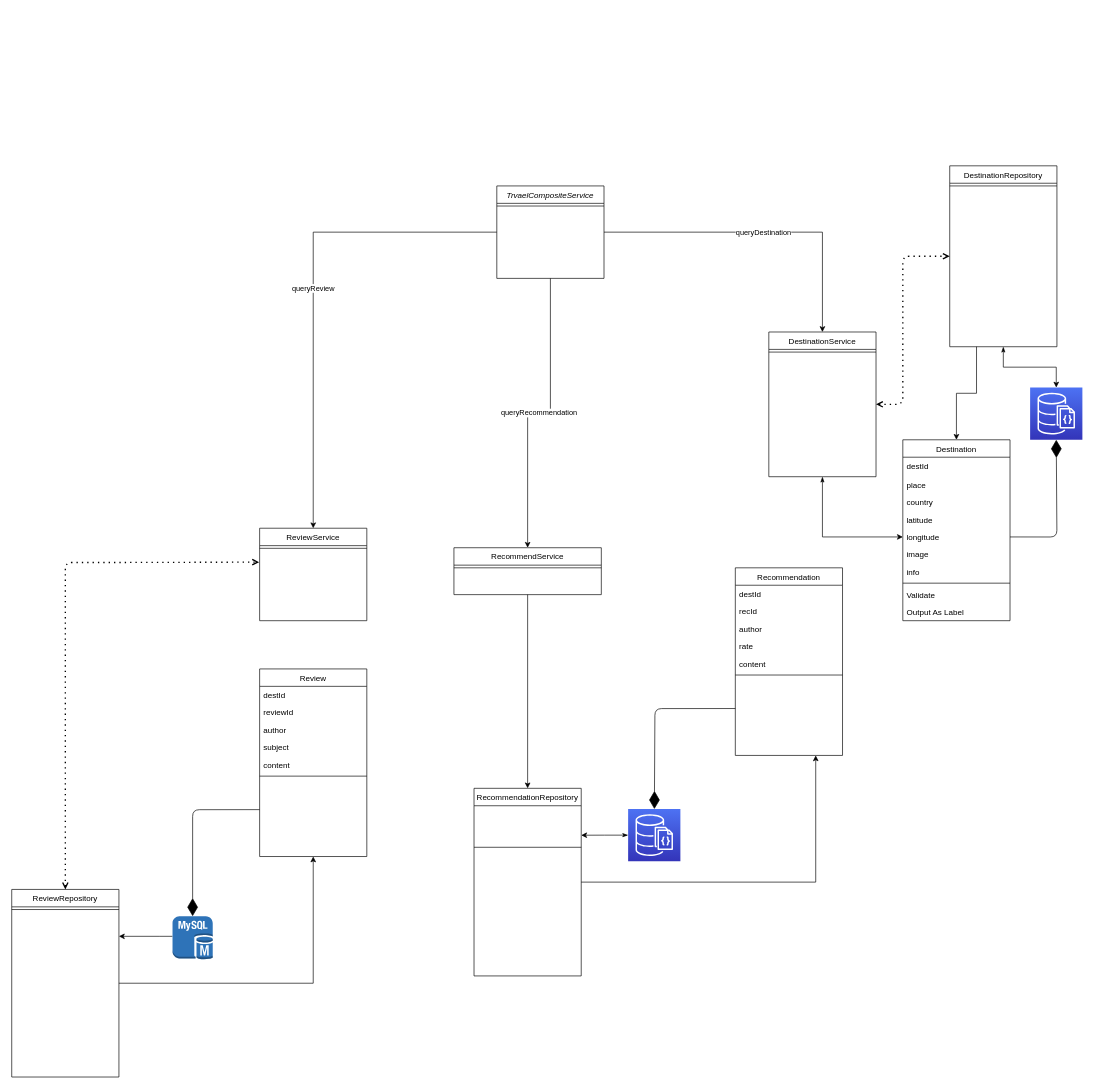
Before: docs/diagram.drawio in henrylao/user-api-service, a draw.io diagram. Source tidied: cells renumbered, new cells numbered last; positions are measured from the earlier drawing's top-left corner, leaving out a move shared by most shapes. Both pictures are drawn from the tidied source at 67%, with x=0, y=0 at pixel (11, 165).
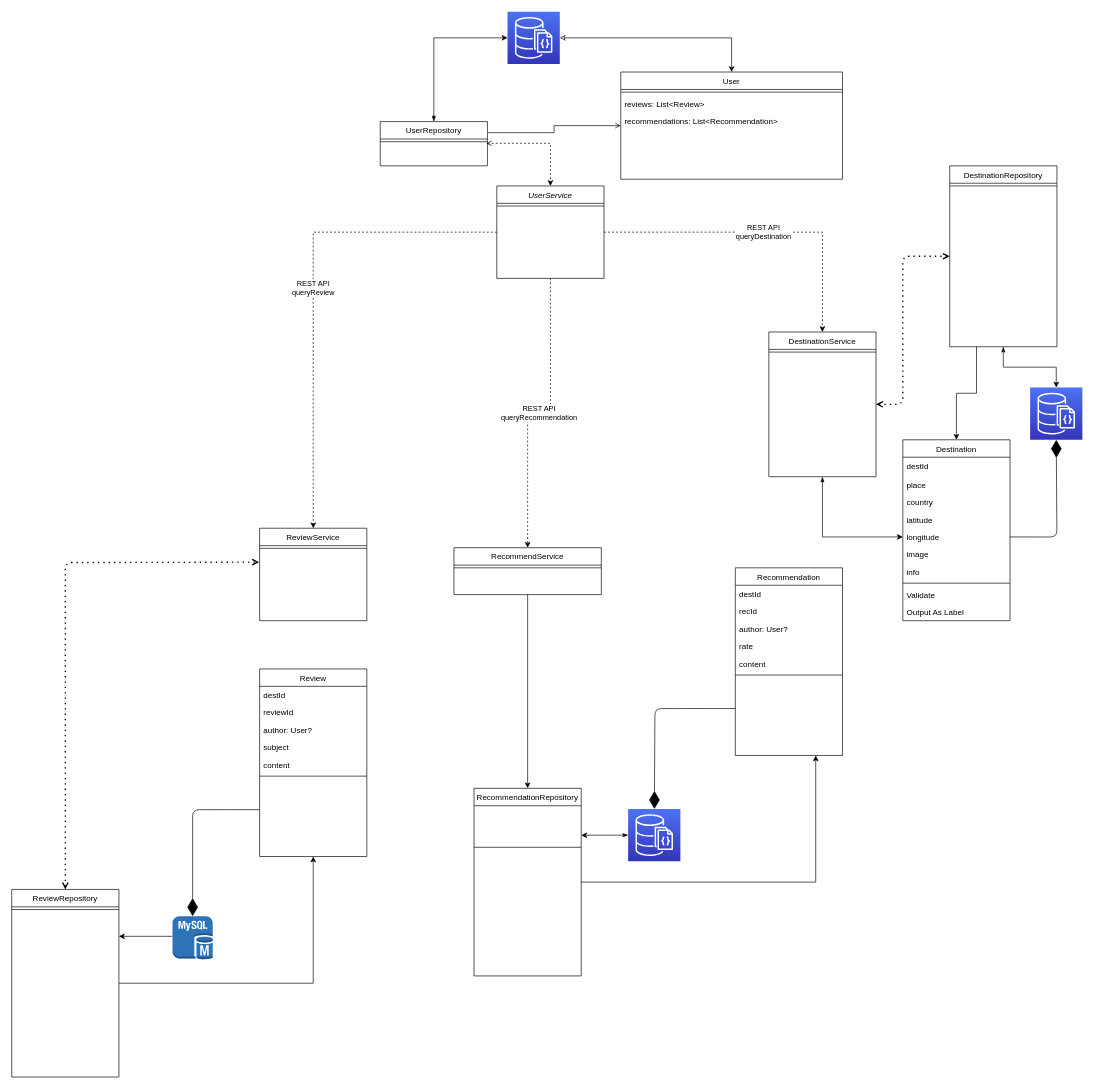
Above is the later version.

Unchanged cells that the change refers to:
```xml
<mxCell id="7" value="ReviewService" style="swimlane;fontStyle=0;align=center;verticalAlign=top;horizontal=1;startSize=26;rounded=0;shadow=0;strokeWidth=1;" parent="1" vertex="1">
  <mxGeometry x="370" y="540.9" width="160" height="138" as="geometry" />
</mxCell>
<mxCell id="10" value="RecommendService" style="swimlane;fontStyle=0;align=center;verticalAlign=top;horizontal=1;startSize=26;rounded=0;shadow=0;strokeWidth=1;" parent="1" vertex="1">
  <mxGeometry x="660" y="570" width="220" height="70" as="geometry" />
</mxCell>
<mxCell id="14" value="DestinationService" style="swimlane;fontStyle=0;align=center;verticalAlign=top;horizontal=1;startSize=26;rounded=0;shadow=0;strokeWidth=1;" parent="1" vertex="1">
  <mxGeometry x="1130" y="248" width="160" height="216" as="geometry" />
</mxCell>
<mxCell id="27" value="Review" style="swimlane;fontStyle=0;align=center;verticalAlign=top;horizontal=1;startSize=26;rounded=0;shadow=0;strokeWidth=1;" parent="1" vertex="1">
  <mxGeometry x="370" y="750.9" width="160" height="280" as="geometry" />
</mxCell>
<mxCell id="34" value="Recommendation" style="swimlane;fontStyle=0;align=center;verticalAlign=top;horizontal=1;startSize=26;rounded=0;shadow=0;strokeWidth=1;" parent="1" vertex="1">
  <mxGeometry x="1080" y="600" width="160" height="280" as="geometry" />
</mxCell>
```

Change to the diagram source:
```diff
@@
-    <mxCell id="2" value="queryReview" style="edgeStyle=orthogonalEdgeStyle;rounded=0;jettySize=auto;html=1;entryX=0.5;entryY=0;entryDx=0;entryDy=0;exitX=0;exitY=0.5;exitDx=0;exitDy=0;" parent="1" edge="1" source="5" target="7">
+    <mxCell id="2" value="REST API&lt;br&gt;queryReview" style="edgeStyle=orthogonalEdgeStyle;rounded=0;jettySize=auto;html=1;entryX=0.5;entryY=0;entryDx=0;entryDy=0;exitX=0;exitY=0.5;exitDx=0;exitDy=0;dashed=1;" parent="1" edge="1" source="5" target="7">
       <mxGeometry relative="1" as="geometry" />
     </mxCell>
-    <mxCell id="3" value="queryRecommendation" style="edgeStyle=orthogonalEdgeStyle;rounded=0;jettySize=auto;html=1;entryX=0.5;entryY=0;entryDx=0;entryDy=0;" parent="1" edge="1" source="5" target="10">
+    <mxCell id="3" value="REST API&lt;br&gt;queryRecommendation" style="edgeStyle=orthogonalEdgeStyle;rounded=0;jettySize=auto;html=1;entryX=0.5;entryY=0;entryDx=0;entryDy=0;dashed=1;" parent="1" edge="1" source="5" target="10">
       <mxGeometry relative="1" as="geometry" />
     </mxCell>
-    <mxCell id="4" value="queryDestination" style="edgeStyle=orthogonalEdgeStyle;rounded=0;jettySize=auto;html=1;entryX=0.5;entryY=0;entryDx=0;entryDy=0;" parent="1" edge="1" source="5" target="14">
+    <mxCell id="4" value="REST API &lt;br&gt;queryDestination" style="edgeStyle=orthogonalEdgeStyle;rounded=0;jettySize=auto;html=1;entryX=0.5;entryY=0;entryDx=0;entryDy=0;dashed=1;" parent="1" edge="1" source="5" target="14">
       <mxGeometry relative="1" as="geometry" />
     </mxCell>
-    <mxCell id="5" value="TrvaelCompositeService" style="swimlane;fontStyle=2;align=center;verticalAlign=top;horizontal=1;startSize=26;rounded=0;shadow=0;strokeWidth=1;" parent="1" vertex="1">
+    <mxCell id="5" value="UserService" style="swimlane;fontStyle=2;align=center;verticalAlign=top;horizontal=1;startSize=26;rounded=0;shadow=0;strokeWidth=1;" parent="1" vertex="1">
       <mxGeometry x="724" y="30" width="160" height="138" as="geometry" />
     </mxCell>
@@
-    <mxCell id="30" value="author" style="text;align=left;verticalAlign=top;spacingLeft=4;spacingRight=4;overflow=hidden;rounded=0;shadow=0;html=0;" parent="27" vertex="1">
+    <mxCell id="30" value="author: User?" style="text;align=left;verticalAlign=top;spacingLeft=4;spacingRight=4;overflow=hidden;rounded=0;shadow=0;html=0;" parent="27" vertex="1">
       <mxGeometry y="78" width="160" height="26" as="geometry" />
     </mxCell>
@@
-    <mxCell id="37" value="author" style="text;align=left;verticalAlign=top;spacingLeft=4;spacingRight=4;overflow=hidden;rounded=0;shadow=0;html=0;" parent="34" vertex="1">
+    <mxCell id="37" value="author: User?" style="text;align=left;verticalAlign=top;spacingLeft=4;spacingRight=4;overflow=hidden;rounded=0;shadow=0;html=0;" parent="34" vertex="1">
       <mxGeometry y="78" width="160" height="26" as="geometry" />
     </mxCell>
@@
+    <mxCell id="60" style="edgeStyle=orthogonalEdgeStyle;rounded=0;jettySize=auto;html=1;startArrow=classic;startFill=0;" parent="1" edge="1" source="61" target="67">
+      <mxGeometry relative="1" as="geometry" />
+    </mxCell>
+    <mxCell id="61" style="sketch=0;points=[[0,0,0],[0.25,0,0],[0.5,0,0],[0.75,0,0],[1,0,0],[0,1,0],[0.25,1,0],[0.5,1,0],[0.75,1,0],[1,1,0],[0,0.25,0],[0,0.5,0],[0,0.75,0],[1,0.25,0],[1,0.5,0],[1,0.75,0]];outlineConnect=0;fontColor=#232F3E;gradientColor=#4D72F3;gradientDirection=north;fillColor=#3334B9;strokeColor=#ffffff;dashed=0;verticalLabelPosition=bottom;verticalAlign=top;align=center;html=1;fontSize=12;fontStyle=0;shape=mxgraph.aws4.resourceIcon;resIcon=mxgraph.aws4.documentdb_with_mongodb_compatibility;" parent="1" vertex="1">
+      <mxGeometry x="740" y="-230" width="78" height="78" as="geometry" />
+    </mxCell>
+    <mxCell id="62" style="edgeStyle=orthogonalEdgeStyle;rounded=0;jettySize=auto;html=1;entryX=0;entryY=0.5;entryDx=0;entryDy=0;entryPerimeter=0;startArrow=blockThin;startFill=1;" parent="1" edge="1" source="64" target="61">
+      <mxGeometry relative="1" as="geometry">
+        <Array as="points">
+          <mxPoint x="630" y="-191" />
+        </Array>
+      </mxGeometry>
+    </mxCell>
+    <mxCell id="63" style="edgeStyle=orthogonalEdgeStyle;rounded=0;jettySize=auto;html=1;exitX=1;exitY=0.25;exitDx=0;exitDy=0;entryX=0;entryY=0.5;entryDx=0;entryDy=0;startArrow=none;startFill=0;endArrow=open;endFill=0;" parent="1" edge="1" source="64" target="67">
+      <mxGeometry relative="1" as="geometry" />
+    </mxCell>
+    <mxCell id="64" value="UserRepository" style="swimlane;fontStyle=0;align=center;verticalAlign=top;horizontal=1;startSize=26;rounded=0;shadow=0;strokeWidth=1;" parent="1" vertex="1">
+      <mxGeometry x="550" y="-66" width="160" height="66" as="geometry" />
+    </mxCell>
+    <mxCell id="65" style="line;html=1;strokeWidth=1;align=left;verticalAlign=middle;spacingTop=-1;spacingLeft=3;spacingRight=3;labelPosition=right;points=[];portConstraint=eastwest;" parent="64" vertex="1">
+      <mxGeometry y="26" width="160" height="8" as="geometry" />
+    </mxCell>
+    <mxCell id="66" style="edgeStyle=orthogonalEdgeStyle;rounded=0;jettySize=auto;html=1;entryX=0.5;entryY=0;entryDx=0;entryDy=0;exitX=0.989;exitY=0.802;exitDx=0;exitDy=0;exitPerimeter=0;startArrow=open;startFill=0;dashed=1;" parent="1" edge="1" source="65" target="5">
+      <mxGeometry relative="1" as="geometry" />
+    </mxCell>
+    <mxCell id="67" value="User" style="swimlane;fontStyle=0;align=center;verticalAlign=top;horizontal=1;startSize=26;rounded=0;shadow=0;strokeWidth=1;" parent="1" vertex="1">
+      <mxGeometry x="909" y="-140" width="331" height="160" as="geometry" />
+    </mxCell>
+    <mxCell id="68" style="line;html=1;strokeWidth=1;align=left;verticalAlign=middle;spacingTop=-1;spacingLeft=3;spacingRight=3;labelPosition=right;" parent="67" vertex="1">
+      <mxGeometry y="26" width="331" height="8" as="geometry" />
+    </mxCell>
+    <mxCell id="69" value="reviews: List&lt;Review&gt;" style="text;align=left;verticalAlign=top;spacingLeft=4;spacingRight=4;overflow=hidden;" parent="67" vertex="1">
+      <mxGeometry y="34" width="331" height="26" as="geometry" />
+    </mxCell>
+    <mxCell id="70" value="recommendations: List&lt;Recommendation&gt;" style="text;align=left;verticalAlign=top;spacingLeft=4;spacingRight=4;overflow=hidden;" parent="67" vertex="1">
+      <mxGeometry y="60" width="331" height="26" as="geometry" />
+    </mxCell>
```
